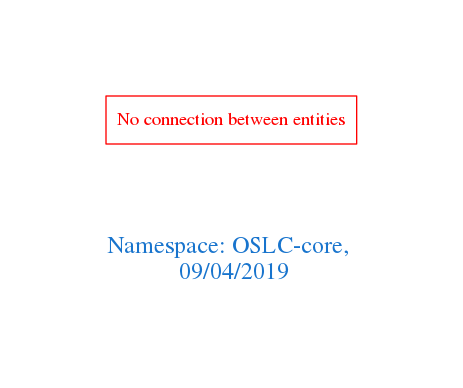
Above: downloads/OSLC-core.png in arago/OGIT (Graphviz), before the change. Its source is kept beside it as downloads/OSLC-core.dot.
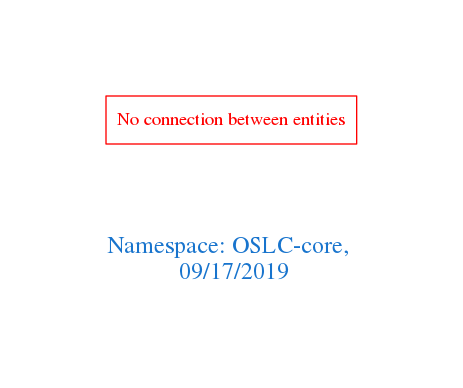
After the change.

Change to the diagram source:
```diff
@@ -1,7 +1,7 @@
 digraph OGIT_ontology {
  graph [ rankdir= LR,pad=1
 fontsize = 18,
-fontcolor= dodgerblue3,label = "\n\n\nNamespace: OSLC-core, \n 09/04/2019"];
+fontcolor= dodgerblue3,label = "\n\n\nNamespace: OSLC-core, \n 09/17/2019"];
 node[shape=polygon];
 edge [  color="gray81"];
 
```
